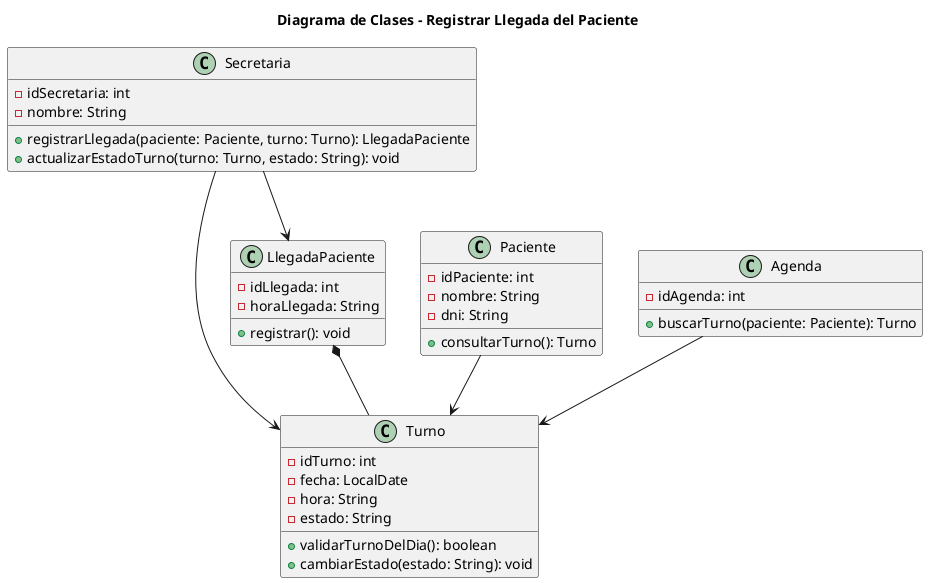
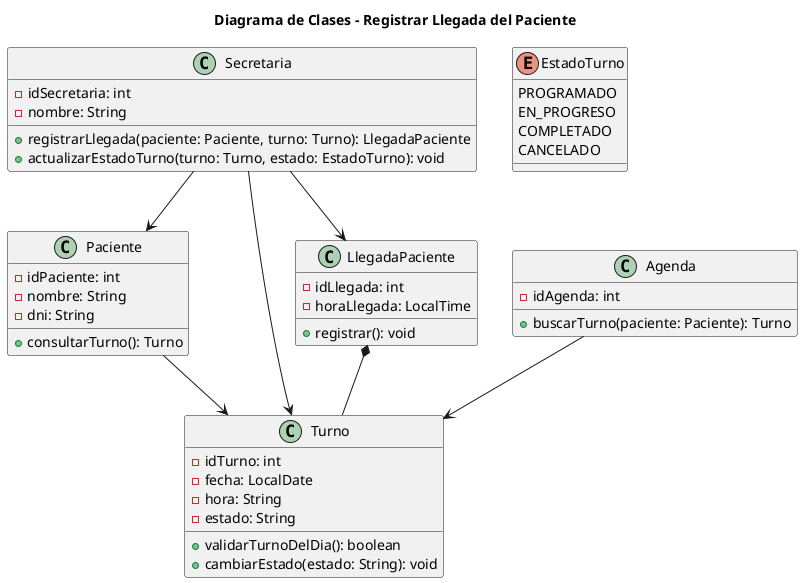
@startuml 04-clases-registrar-llegada

title Diagrama de Clases - Registrar Llegada del Paciente

class Secretaria {
    -idSecretaria: int
    -nombre: String

    +registrarLlegada(paciente: Paciente, turno: Turno): LlegadaPaciente
-     +actualizarEstadoTurno(turno: Turno, estado: String): void
+     +actualizarEstadoTurno(turno: Turno, estado: EstadoTurno): void
+ }
+ 
+ enum EstadoTurno {
+     PROGRAMADO
+     EN_PROGRESO
+     COMPLETADO
+     CANCELADO
}

class Paciente {
    -idPaciente: int
    -nombre: String
    -dni: String

    +consultarTurno(): Turno
}

class Turno {
    -idTurno: int
    -fecha: LocalDate
    -hora: String
    -estado: String

    +validarTurnoDelDia(): boolean
    +cambiarEstado(estado: String): void
}

class LlegadaPaciente {
    -idLlegada: int
-     -horaLlegada: String
+     -horaLlegada: LocalTime

    +registrar(): void
}

class Agenda {
    -idAgenda: int

    +buscarTurno(paciente: Paciente): Turno
}


+ Secretaria --> Paciente
Secretaria --> LlegadaPaciente
Secretaria --> Turno
Paciente --> Turno
Agenda --> Turno
- 
LlegadaPaciente *-- Turno

@enduml